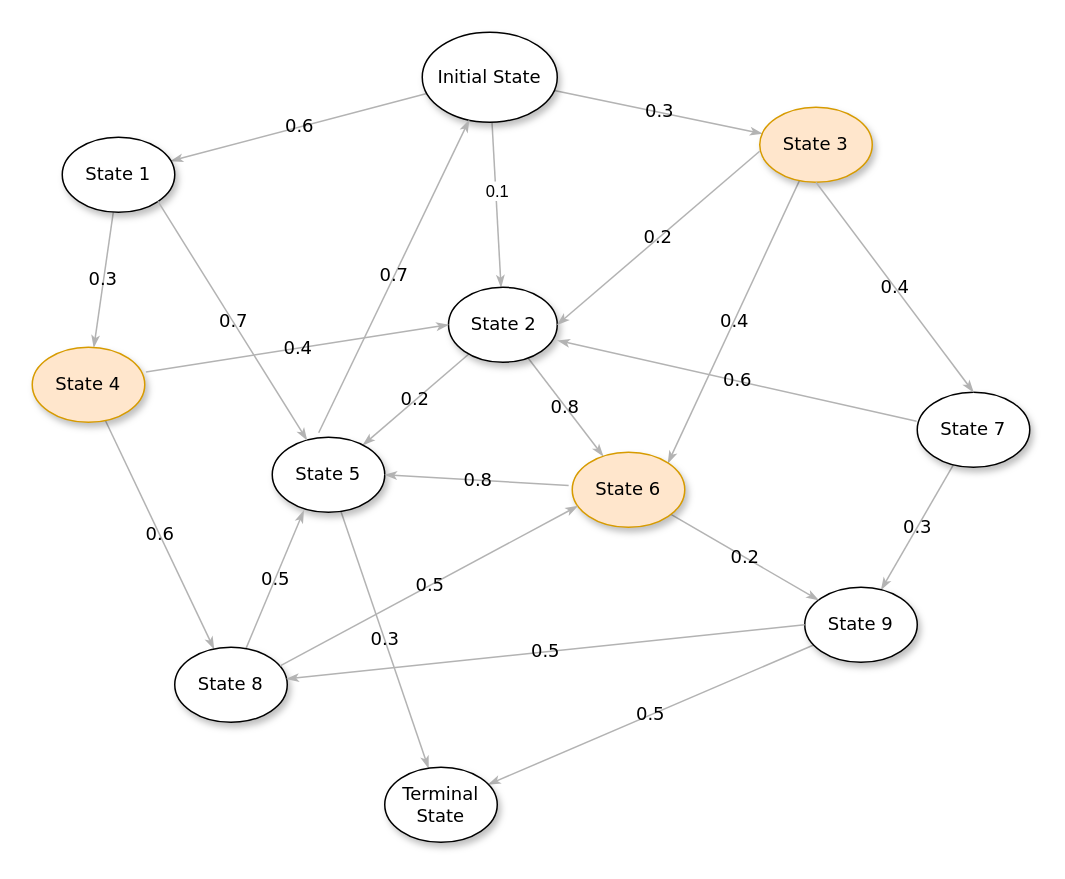
Before: Untitled Diagram.drawio in mendezja/RL_CS379_Assignments, a draw.io diagram. Source tidied: cells renumbered, new cells numbered last; positions are measured from the earlier drawing's top-left corner, leaving out a move shared by most shapes. Both pictures are drawn from the tidied source at 150%, with x=0, y=0 at pixel (32, 32).
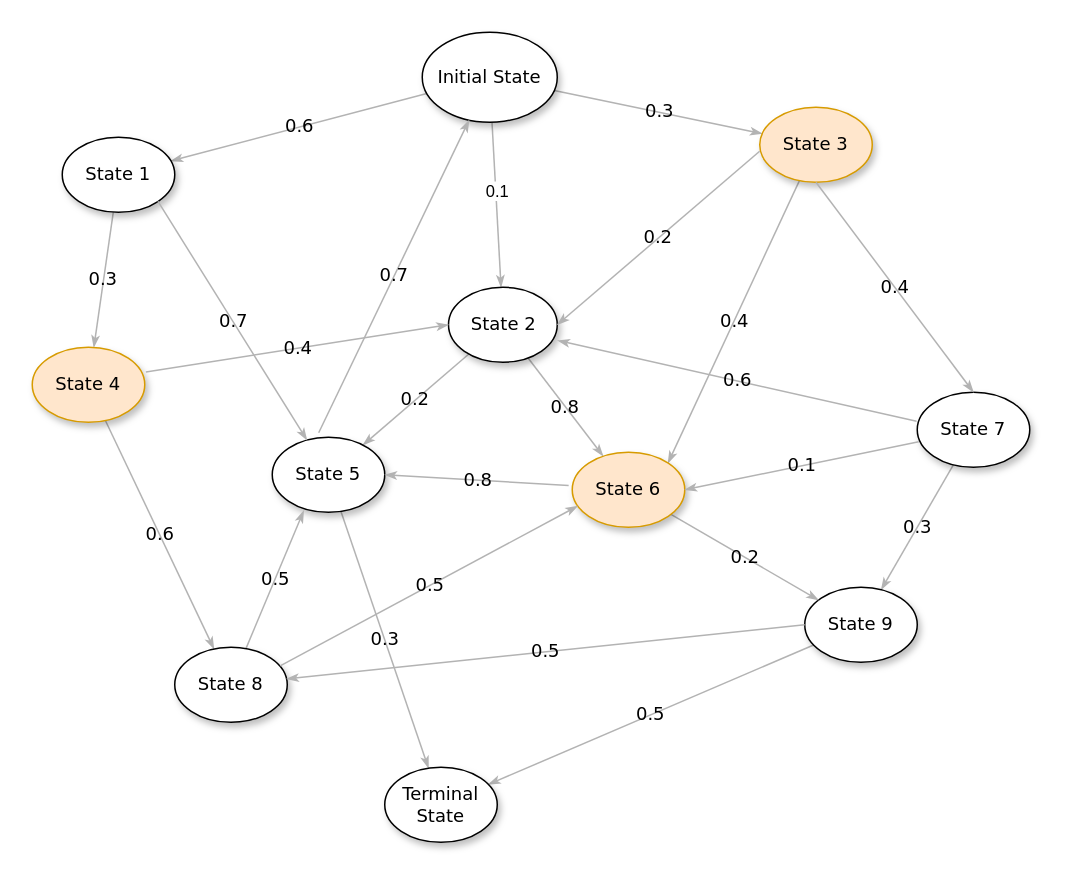
The same page after the edit.

Unchanged cells that the change refers to:
```xml
<mxCell id="13" value="&lt;span&gt;State 7&lt;/span&gt;" style="ellipse;whiteSpace=wrap;html=1;rounded=0;shadow=1;comic=0;labelBackgroundColor=none;strokeWidth=1;fontFamily=Verdana;fontSize=12;align=center;" parent="1" vertex="1">
  <mxGeometry x="590" y="240" width="75" height="50" as="geometry" />
</mxCell>
<mxCell id="17" value="&lt;span&gt;State 6&lt;/span&gt;" style="ellipse;whiteSpace=wrap;html=1;rounded=0;shadow=1;comic=0;labelBackgroundColor=none;strokeWidth=1;fontFamily=Verdana;fontSize=12;align=center;fillColor=#ffe6cc;strokeColor=#d79b00;" parent="1" vertex="1">
  <mxGeometry x="360" y="280" width="75" height="50" as="geometry" />
</mxCell>
```

Diff of the diagram source:
```diff
@@
+    <mxCell id="36" value="0.1" style="edgeStyle=none;rounded=1;html=1;labelBackgroundColor=none;startArrow=none;startFill=0;startSize=5;endArrow=classicThin;endFill=1;endSize=5;jettySize=auto;strokeColor=#B3B3B3;strokeWidth=1;fontFamily=Verdana;fontSize=12;entryX=1;entryY=0.5;entryDx=0;entryDy=0;exitX=0.013;exitY=0.66;exitDx=0;exitDy=0;exitPerimeter=0;" parent="1" edge="1" source="13" target="17">
+      <mxGeometry relative="1" as="geometry" />
+    </mxCell>
```
